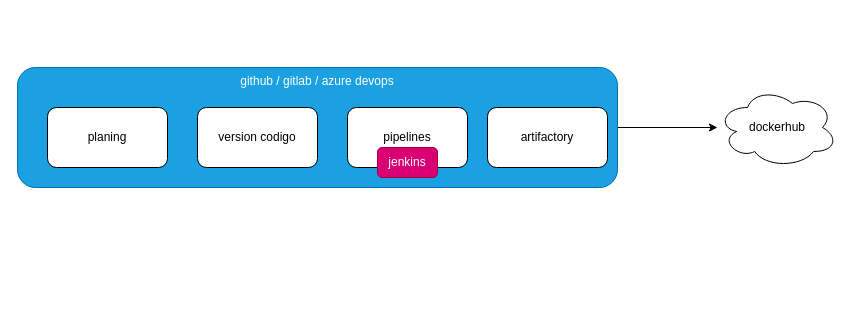
This is page "Page-20" (20 of 22) of doc/agosto.drawio from gmacastil/ms-agosto-01, a draw.io file, before an edit. Source tidied: cells renumbered, new cells numbered last; positions are measured from the earlier drawing's top-left corner, leaving out a move shared by most shapes. Both pictures are drawn from the tidied source at 100%, with x=0, y=0 at pixel (17, 67).
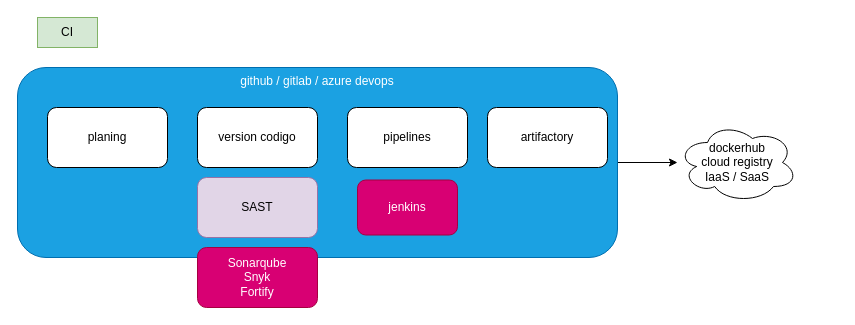
The same page after the edit.

What changed in the source:
```diff
@@
 <mxGraphModel>
   <root>
     <mxCell id="0" />
     <mxCell id="1" parent="0" />
     <mxCell id="2" style="edgeStyle=orthogonalEdgeStyle;rounded=0;jettySize=auto;html=1;" parent="1" edge="1" source="3" target="8">
       <mxGeometry relative="1" as="geometry" />
     </mxCell>
     <mxCell id="3" value="github / gitlab / azure devops" style="rounded=1;whiteSpace=wrap;html=1;verticalAlign=top;fillColor=#1ba1e2;fontColor=#ffffff;strokeColor=#006EAF;" parent="1" vertex="1">
-      <mxGeometry width="600" height="120" as="geometry" />
+      <mxGeometry width="600" height="190" as="geometry" />
     </mxCell>
     <mxCell id="4" value="version codigo" style="rounded=1;whiteSpace=wrap;html=1;" parent="1" vertex="1">
       <mxGeometry x="180" y="40" width="120" height="60" as="geometry" />
     </mxCell>
     <mxCell id="5" value="artifactory" style="rounded=1;whiteSpace=wrap;html=1;" parent="1" vertex="1">
       <mxGeometry x="470" y="40" width="120" height="60" as="geometry" />
     </mxCell>
     <mxCell id="6" value="pipelines" style="rounded=1;whiteSpace=wrap;html=1;" parent="1" vertex="1">
       <mxGeometry x="330" y="40" width="120" height="60" as="geometry" />
     </mxCell>
     <mxCell id="7" value="jenkins" style="rounded=1;whiteSpace=wrap;html=1;fillColor=#d80073;fontColor=#ffffff;strokeColor=#A50040;" parent="1" vertex="1">
-      <mxGeometry x="360" y="80" width="60" height="30" as="geometry" />
+      <mxGeometry x="340" y="112.5" width="100" height="55" as="geometry" />
     </mxCell>
-    <mxCell id="8" value="dockerhub" style="ellipse;shape=cloud;whiteSpace=wrap;html=1;" parent="1" vertex="1">
-      <mxGeometry x="700" y="20" width="120" height="80" as="geometry" />
+    <mxCell id="8" value="dockerhub&lt;div&gt;cloud registry&lt;/div&gt;&lt;div&gt;IaaS / SaaS&lt;/div&gt;" style="ellipse;shape=cloud;whiteSpace=wrap;html=1;" parent="1" vertex="1">
+      <mxGeometry x="660" y="55" width="120" height="80" as="geometry" />
     </mxCell>
     <mxCell id="9" value="planing" style="rounded=1;whiteSpace=wrap;html=1;" parent="1" vertex="1">
       <mxGeometry x="30" y="40" width="120" height="60" as="geometry" />
     </mxCell>
+    <mxCell id="10" value="CI" style="text;html=1;align=center;verticalAlign=middle;whiteSpace=wrap;rounded=0;fillColor=#d5e8d4;strokeColor=#82b366;" parent="1" vertex="1">
+      <mxGeometry x="20" y="-50" width="60" height="30" as="geometry" />
+    </mxCell>
+    <mxCell id="11" value="SAST" style="rounded=1;whiteSpace=wrap;html=1;fillColor=#e1d5e7;strokeColor=#9673a6;" parent="1" vertex="1">
+      <mxGeometry x="180" y="110" width="120" height="60" as="geometry" />
+    </mxCell>
+    <mxCell id="12" value="Sonarqube&lt;div&gt;Snyk&lt;/div&gt;&lt;div&gt;Fortify&lt;/div&gt;" style="rounded=1;whiteSpace=wrap;html=1;fillColor=#d80073;strokeColor=#A50040;fontColor=#ffffff;" parent="1" vertex="1">
+      <mxGeometry x="180" y="180" width="120" height="60" as="geometry" />
+    </mxCell>
   </root>
 </mxGraphModel>
```
